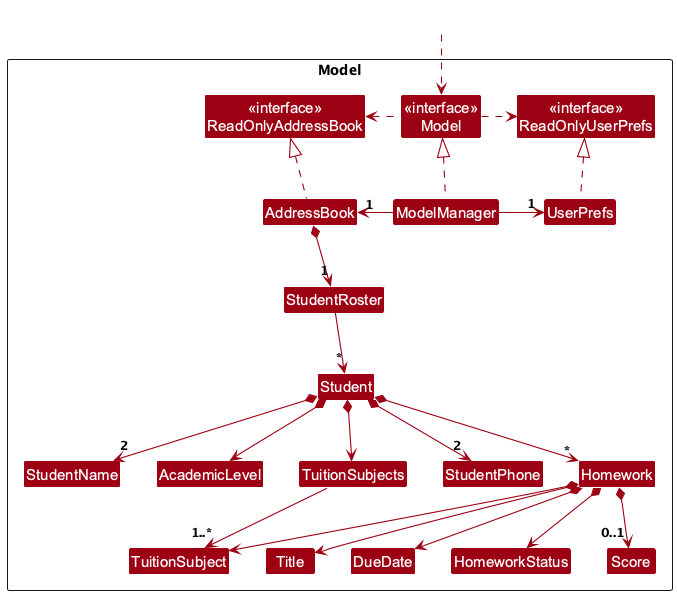
The PlantUML diagram docs/images/ModelClassDiagram.png in AY2627S1-CS2103-F12-1/tp, before a commit.
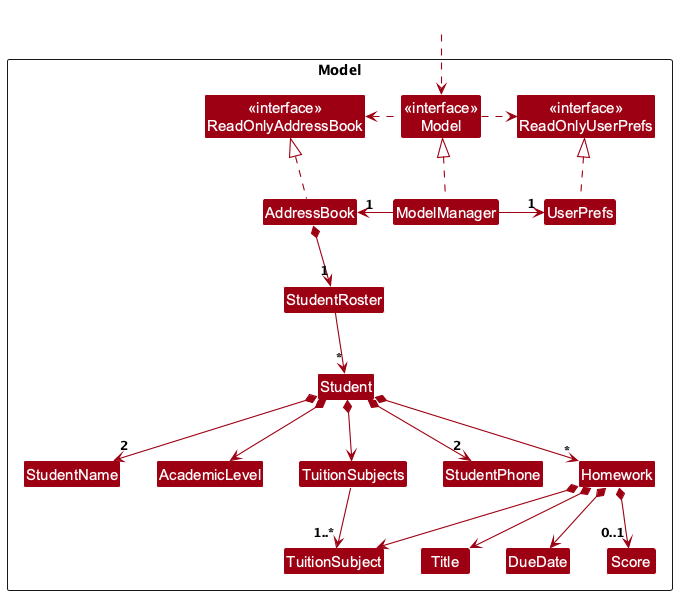
After the change.

Change to the diagram source:
```diff
@@ -23,7 +23,6 @@
 Class Title
 Class TuitionSubject
 Class DueDate
-Class HomeworkStatus
 Class Score
 }
 
@@ -51,6 +50,5 @@
 Homework *--> Title
 Homework *--> TuitionSubject
 Homework *--> DueDate
-Homework *--> HomeworkStatus
 Homework *--> "0..1" Score
 @enduml
```
